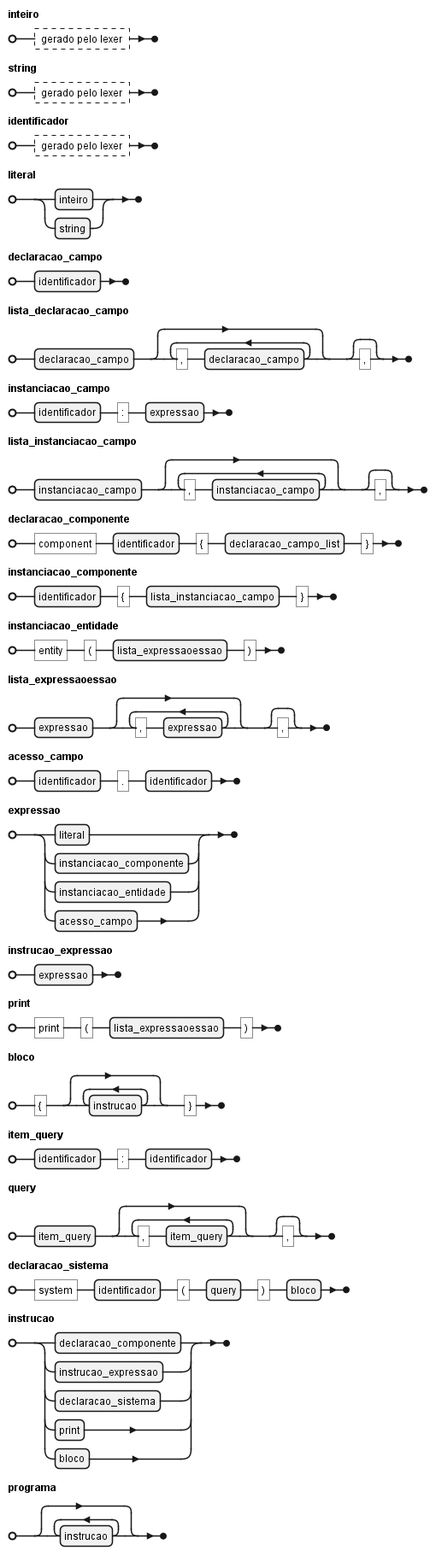
The PlantUML diagram diagrams/diagrama_gramatica.png in OverlineJunior/weave, before a commit. The source it was exported from:
```plantuml
@startebnf diagrama_gramatica
skinparam packageStyle rectangle
skinparam shadowing true
skinparam linetype ortho
skinparam defaultFontName Arial
skinparam defaultFontSize 12

inteiro = ? gerado pelo lexer ? ;
string = ? gerado pelo lexer ? ;
identificador = ? gerado pelo lexer ? ;

literal = inteiro | string ;

declaracao_campo = identificador ;
lista_declaracao_campo = declaracao_campo , { "," , declaracao_campo } , [ "," ] ;

instanciacao_campo = identificador , ":" , expressao ;
lista_instanciacao_campo = instanciacao_campo , { "," , instanciacao_campo } , [ "," ] ;

declaracao_componente = "component" , identificador , "{" , declaracao_campo_list , "}" ;

instanciacao_componente = identificador , "{" , lista_instanciacao_campo , "}" ;

instanciacao_entidade = "entity" , "(" , lista_expressaoessao , ")" ;
lista_expressaoessao = expressao , { "," , expressao } , [ "," ] ;

acesso_campo = identificador , "." , identificador ;

expressao = literal | instanciacao_componente | instanciacao_entidade | acesso_campo ;

instrucao_expressao = expressao ;

print = "print" , "(" , lista_expressaoessao , ")" ;

bloco = "{" , { instrucao } , "}" ;

item_query = identificador , ":" , identificador ;
query = item_query , { "," , item_query } , [ "," ] ;

declaracao_sistema = "system" , identificador , "(" , query , ")" , bloco ;

instrucao = declaracao_componente | instrucao_expressao | declaracao_sistema | print | bloco ;

programa = { instrucao } ;

@endebnf
```
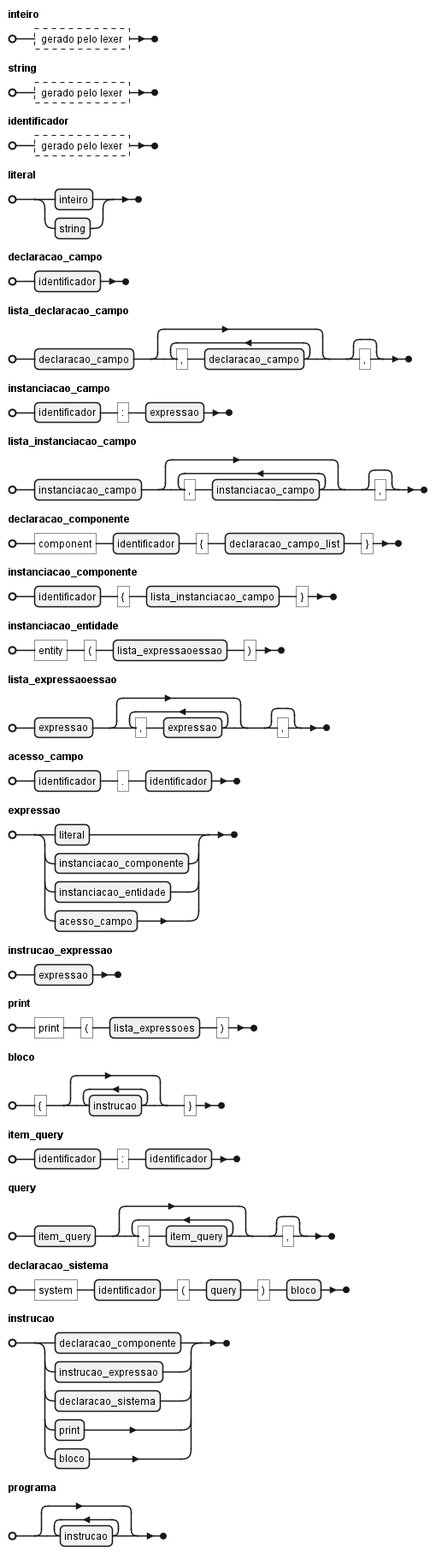
After the commit.

Commit message:
Corrigir erro de gramática no diagrama da gramática

What changed in the source:
```diff
@@ -30,7 +30,7 @@
 
 instrucao_expressao = expressao ;
 
-print = "print" , "(" , lista_expressaoessao , ")" ;
+print = "print" , "(" , lista_expressoes , ")" ;
 
 bloco = "{" , { instrucao } , "}" ;
 
```
